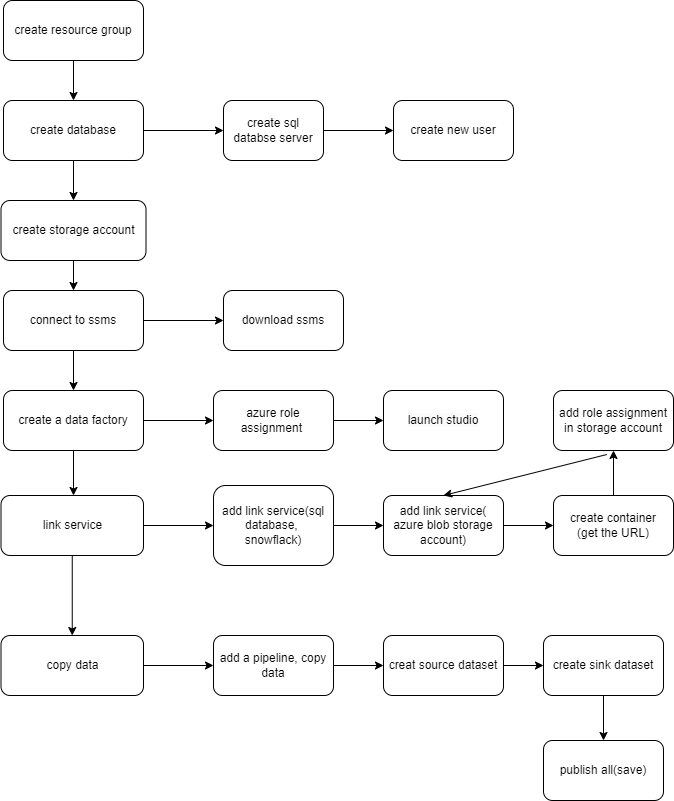
Earlier version of the draw.io export images/flow_chart.png (yrenn/Azure_set_up). Source tidied: cells renumbered, new cells last; positions are measured from the earlier drawing's top-left corner, leaving out a move shared by most shapes. The source it was exported from:
```xml
<mxGraphModel>
  <root>
    <mxCell id="0" />
    <mxCell id="1" parent="0" />
    <mxCell id="2" style="edgeStyle=orthogonalEdgeStyle;rounded=0;jettySize=auto;html=1;" parent="1" edge="1" source="3" target="6">
      <mxGeometry relative="1" as="geometry" />
    </mxCell>
    <mxCell id="3" value="create resource group" style="rounded=1;whiteSpace=wrap;html=1;" parent="1" vertex="1">
      <mxGeometry x="2" width="140" height="60" as="geometry" />
    </mxCell>
    <mxCell id="4" style="edgeStyle=orthogonalEdgeStyle;rounded=0;jettySize=auto;html=1;" parent="1" edge="1" source="6" target="8">
      <mxGeometry relative="1" as="geometry" />
    </mxCell>
    <mxCell id="5" style="edgeStyle=orthogonalEdgeStyle;rounded=0;jettySize=auto;html=1;" parent="1" edge="1" source="6" target="15">
      <mxGeometry relative="1" as="geometry" />
    </mxCell>
    <mxCell id="6" value="create database" style="whiteSpace=wrap;html=1;rounded=1;" parent="1" vertex="1">
      <mxGeometry x="2" y="100" width="140" height="60" as="geometry" />
    </mxCell>
    <mxCell id="7" style="edgeStyle=orthogonalEdgeStyle;rounded=0;jettySize=auto;html=1;" parent="1" edge="1" source="8" target="9">
      <mxGeometry relative="1" as="geometry" />
    </mxCell>
    <mxCell id="8" value="create sql databse server" style="whiteSpace=wrap;html=1;rounded=1;" parent="1" vertex="1">
      <mxGeometry x="222" y="100" width="100" height="60" as="geometry" />
    </mxCell>
    <mxCell id="9" value="create new user" style="whiteSpace=wrap;html=1;rounded=1;" parent="1" vertex="1">
      <mxGeometry x="392" y="100" width="120" height="60" as="geometry" />
    </mxCell>
    <mxCell id="10" style="edgeStyle=orthogonalEdgeStyle;rounded=0;jettySize=auto;html=1;" parent="1" edge="1" source="12" target="13">
      <mxGeometry relative="1" as="geometry" />
    </mxCell>
    <mxCell id="11" style="edgeStyle=orthogonalEdgeStyle;rounded=0;jettySize=auto;html=1;" parent="1" edge="1" source="12" target="18">
      <mxGeometry relative="1" as="geometry" />
    </mxCell>
    <mxCell id="12" value="connect to ssms" style="whiteSpace=wrap;html=1;rounded=1;" parent="1" vertex="1">
      <mxGeometry x="2" y="290" width="140" height="60" as="geometry" />
    </mxCell>
    <mxCell id="13" value="download ssms" style="whiteSpace=wrap;html=1;rounded=1;" parent="1" vertex="1">
      <mxGeometry x="222" y="290" width="120" height="60" as="geometry" />
    </mxCell>
    <mxCell id="14" style="edgeStyle=orthogonalEdgeStyle;rounded=0;jettySize=auto;html=1;" parent="1" edge="1" source="15" target="12">
      <mxGeometry relative="1" as="geometry" />
    </mxCell>
    <mxCell id="15" value="create storage account" style="whiteSpace=wrap;html=1;rounded=1;" parent="1" vertex="1">
      <mxGeometry x="-0.5" y="200" width="145" height="60" as="geometry" />
    </mxCell>
    <mxCell id="16" style="edgeStyle=orthogonalEdgeStyle;rounded=0;jettySize=auto;html=1;" parent="1" edge="1" source="18" target="20">
      <mxGeometry relative="1" as="geometry" />
    </mxCell>
    <mxCell id="17" style="edgeStyle=orthogonalEdgeStyle;rounded=0;jettySize=auto;html=1;" parent="1" edge="1" source="18">
      <mxGeometry relative="1" as="geometry">
        <mxPoint x="72" y="495" as="targetPoint" />
      </mxGeometry>
    </mxCell>
    <mxCell id="18" value="create a data factory" style="whiteSpace=wrap;html=1;rounded=1;" parent="1" vertex="1">
      <mxGeometry x="2" y="390" width="140" height="60" as="geometry" />
    </mxCell>
    <mxCell id="19" style="edgeStyle=orthogonalEdgeStyle;rounded=0;jettySize=auto;html=1;" parent="1" edge="1" source="20" target="21">
      <mxGeometry relative="1" as="geometry" />
    </mxCell>
    <mxCell id="20" value="&lt;div&gt;azure role assignment&amp;nbsp;&lt;/div&gt;" style="whiteSpace=wrap;html=1;rounded=1;" parent="1" vertex="1">
      <mxGeometry x="212" y="390" width="120" height="60" as="geometry" />
    </mxCell>
    <mxCell id="21" value="&lt;span style=&quot;color: rgb(0, 0, 0); font-family: Helvetica; font-size: 12px; font-style: normal; font-variant-ligatures: normal; font-variant-caps: normal; font-weight: 400; letter-spacing: normal; orphans: 2; text-align: center; text-indent: 0px; text-transform: none; widows: 2; word-spacing: 0px; -webkit-text-stroke-width: 0px; background-color: rgb(251, 251, 251); text-decoration-thickness: initial; text-decoration-style: initial; text-decoration-color: initial; float: none; display: inline !important;&quot;&gt;launch studio&lt;/span&gt;" style="whiteSpace=wrap;html=1;rounded=1;" parent="1" vertex="1">
      <mxGeometry x="382" y="390" width="120" height="60" as="geometry" />
    </mxCell>
    <mxCell id="22" style="edgeStyle=orthogonalEdgeStyle;rounded=0;jettySize=auto;html=1;" parent="1" edge="1" source="24" target="29">
      <mxGeometry relative="1" as="geometry" />
    </mxCell>
    <mxCell id="23" style="edgeStyle=orthogonalEdgeStyle;rounded=0;jettySize=auto;html=1;" parent="1" edge="1" source="24" target="36">
      <mxGeometry relative="1" as="geometry" />
    </mxCell>
    <mxCell id="24" value="link service" style="whiteSpace=wrap;html=1;rounded=1;" parent="1" vertex="1">
      <mxGeometry x="-0.5" y="495" width="142.5" height="60" as="geometry" />
    </mxCell>
    <mxCell id="25" style="edgeStyle=orthogonalEdgeStyle;rounded=0;jettySize=auto;html=1;" parent="1" edge="1" source="26" target="31">
      <mxGeometry relative="1" as="geometry" />
    </mxCell>
    <mxCell id="26" value="add link service(&lt;br&gt;azure blob storage account)" style="whiteSpace=wrap;html=1;rounded=1;" parent="1" vertex="1">
      <mxGeometry x="382" y="495" width="120" height="60" as="geometry" />
    </mxCell>
    <mxCell id="27" value="publish all(save)" style="whiteSpace=wrap;html=1;rounded=1;" parent="1" vertex="1">
      <mxGeometry x="542" y="740" width="120" height="60" as="geometry" />
    </mxCell>
    <mxCell id="28" style="edgeStyle=orthogonalEdgeStyle;rounded=0;jettySize=auto;html=1;" parent="1" edge="1" source="29" target="26">
      <mxGeometry relative="1" as="geometry" />
    </mxCell>
    <mxCell id="29" value="add link service(sql database,&amp;nbsp;&lt;br&gt;snowflack)" style="whiteSpace=wrap;html=1;rounded=1;" parent="1" vertex="1">
      <mxGeometry x="212" y="485" width="120" height="80" as="geometry" />
    </mxCell>
    <mxCell id="30" style="edgeStyle=orthogonalEdgeStyle;rounded=0;jettySize=auto;html=1;" parent="1" edge="1" source="31" target="32">
      <mxGeometry relative="1" as="geometry" />
    </mxCell>
    <mxCell id="31" value="create container&lt;br style=&quot;border-color: var(--border-color);&quot;&gt;(get the URL)" style="whiteSpace=wrap;html=1;rounded=1;" parent="1" vertex="1">
      <mxGeometry x="552" y="495" width="120" height="60" as="geometry" />
    </mxCell>
    <mxCell id="32" value="add role assignment in storage account" style="whiteSpace=wrap;html=1;rounded=1;" parent="1" vertex="1">
      <mxGeometry x="552" y="390" width="120" height="60" as="geometry" />
    </mxCell>
    <mxCell id="33" style="endArrow=classic;html=1;rounded=0;exitX=0.444;exitY=1.067;exitDx=0;exitDy=0;entryX=0.5;entryY=0;entryDx=0;entryDy=0;exitPerimeter=0;" parent="1" edge="1" source="32" target="26">
      <mxGeometry relative="1" as="geometry" />
    </mxCell>
    <mxCell id="34" style="edgeStyle=orthogonalEdgeStyle;rounded=0;jettySize=auto;html=1;exitX=0.5;exitY=1;exitDx=0;exitDy=0;" parent="1" edge="1" source="41" target="27">
      <mxGeometry relative="1" as="geometry" />
    </mxCell>
    <mxCell id="35" style="edgeStyle=orthogonalEdgeStyle;rounded=0;jettySize=auto;html=1;" parent="1" edge="1" source="36" target="38">
      <mxGeometry relative="1" as="geometry" />
    </mxCell>
    <mxCell id="36" value="copy data" style="whiteSpace=wrap;html=1;rounded=1;" parent="1" vertex="1">
      <mxGeometry x="-0.5" y="635" width="142.5" height="60" as="geometry" />
    </mxCell>
    <mxCell id="37" style="edgeStyle=orthogonalEdgeStyle;rounded=0;jettySize=auto;html=1;" parent="1" edge="1" source="38" target="40">
      <mxGeometry relative="1" as="geometry" />
    </mxCell>
    <mxCell id="38" value="add a pipeline, copy data" style="whiteSpace=wrap;html=1;rounded=1;" parent="1" vertex="1">
      <mxGeometry x="212" y="635" width="120" height="60" as="geometry" />
    </mxCell>
    <mxCell id="39" style="edgeStyle=orthogonalEdgeStyle;rounded=0;jettySize=auto;html=1;" parent="1" edge="1" source="40" target="41">
      <mxGeometry relative="1" as="geometry" />
    </mxCell>
    <mxCell id="40" value="creat source dataset" style="whiteSpace=wrap;html=1;rounded=1;" parent="1" vertex="1">
      <mxGeometry x="382" y="635" width="120" height="60" as="geometry" />
    </mxCell>
    <mxCell id="41" value="create sink dataset" style="whiteSpace=wrap;html=1;rounded=1;" parent="1" vertex="1">
      <mxGeometry x="542" y="635" width="120" height="60" as="geometry" />
    </mxCell>
  </root>
</mxGraphModel>
```
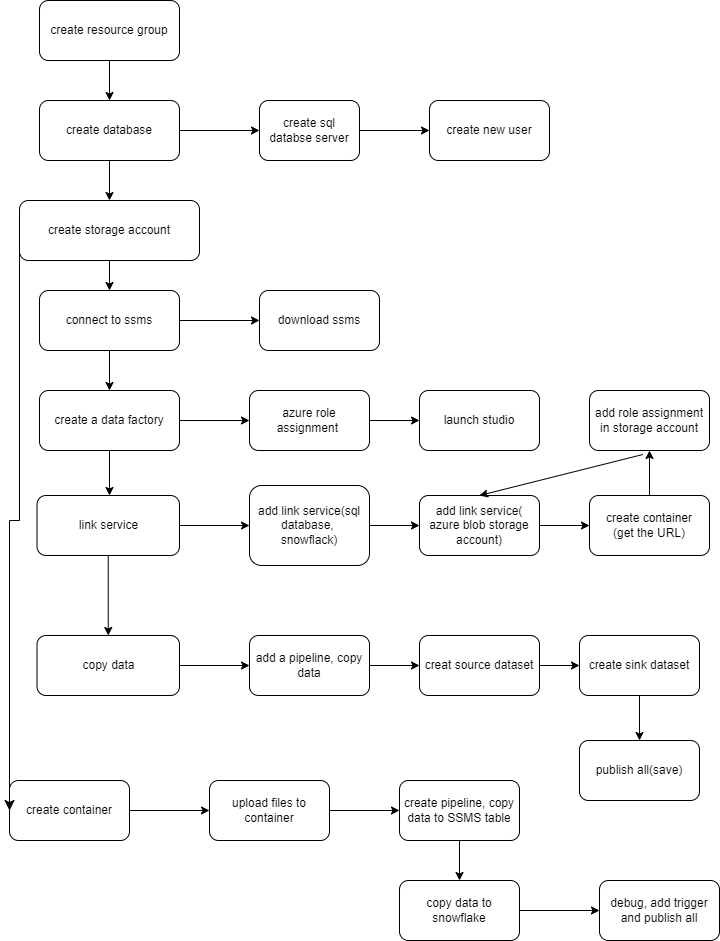
The same diagram one commit later.

The edit, as a diff of the source:
```diff
@@ -42,7 +42,7 @@
       <mxGeometry relative="1" as="geometry" />
     </mxCell>
     <mxCell id="15" value="create storage account" style="whiteSpace=wrap;html=1;rounded=1;" parent="1" vertex="1">
-      <mxGeometry x="-0.5" y="200" width="145" height="60" as="geometry" />
+      <mxGeometry x="-18" y="200" width="180" height="60" as="geometry" />
     </mxCell>
     <mxCell id="16" style="edgeStyle=orthogonalEdgeStyle;rounded=0;jettySize=auto;html=1;" parent="1" edge="1" source="18" target="20">
       <mxGeometry relative="1" as="geometry" />
@@ -124,5 +124,35 @@
     <mxCell id="41" value="create sink dataset" style="whiteSpace=wrap;html=1;rounded=1;" parent="1" vertex="1">
       <mxGeometry x="542" y="635" width="120" height="60" as="geometry" />
     </mxCell>
+    <mxCell id="42" style="edgeStyle=orthogonalEdgeStyle;rounded=0;jettySize=auto;html=1;" parent="1" edge="1" source="43" target="46">
+      <mxGeometry relative="1" as="geometry" />
+    </mxCell>
+    <mxCell id="43" value="create container" style="rounded=1;whiteSpace=wrap;html=1;" parent="1" vertex="1">
+      <mxGeometry x="-28" y="780" width="120" height="60" as="geometry" />
+    </mxCell>
+    <mxCell id="44" style="edgeStyle=elbowEdgeStyle;elbow=vertical;endArrow=classic;html=1;curved=0;rounded=0;endSize=8;startSize=8;exitX=0;exitY=0.5;exitDx=0;exitDy=0;entryX=0;entryY=0.5;entryDx=0;entryDy=0;" parent="1" edge="1" source="15" target="43">
+      <mxGeometry relative="1" as="geometry" />
+    </mxCell>
+    <mxCell id="45" style="edgeStyle=orthogonalEdgeStyle;rounded=0;jettySize=auto;html=1;" parent="1" edge="1" source="46" target="48">
+      <mxGeometry relative="1" as="geometry" />
+    </mxCell>
+    <mxCell id="46" value="upload files to container" style="whiteSpace=wrap;html=1;rounded=1;" parent="1" vertex="1">
+      <mxGeometry x="172" y="780" width="120" height="60" as="geometry" />
+    </mxCell>
+    <mxCell id="47" style="edgeStyle=orthogonalEdgeStyle;rounded=0;jettySize=auto;html=1;" parent="1" edge="1" source="48" target="50">
+      <mxGeometry relative="1" as="geometry" />
+    </mxCell>
+    <mxCell id="48" value="create pipeline, copy data to SSMS table" style="whiteSpace=wrap;html=1;rounded=1;" parent="1" vertex="1">
+      <mxGeometry x="362" y="780" width="120" height="60" as="geometry" />
+    </mxCell>
+    <mxCell id="49" style="edgeStyle=orthogonalEdgeStyle;rounded=0;jettySize=auto;html=1;" parent="1" edge="1" source="50" target="51">
+      <mxGeometry relative="1" as="geometry" />
+    </mxCell>
+    <mxCell id="50" value="copy data to snowflake" style="whiteSpace=wrap;html=1;rounded=1;" parent="1" vertex="1">
+      <mxGeometry x="362" y="880" width="120" height="60" as="geometry" />
+    </mxCell>
+    <mxCell id="51" value="debug, add trigger and publish all" style="whiteSpace=wrap;html=1;rounded=1;" parent="1" vertex="1">
+      <mxGeometry x="562" y="880" width="120" height="60" as="geometry" />
+    </mxCell>
   </root>
 </mxGraphModel>
```
